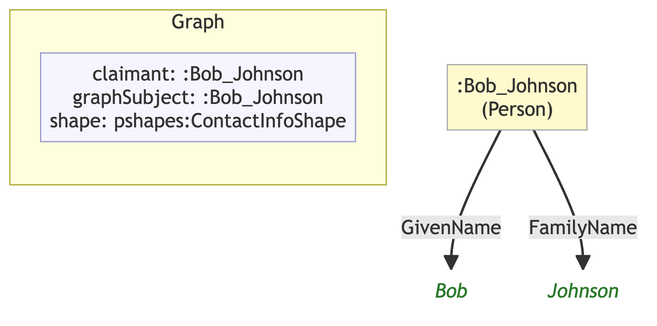
The Mermaid diagram example/graphs/images/graph-03.png in MeeFoundation/mia-ontologies, before a commit. Its source is kept beside it as example/graphs/images/graph-03.mmd.
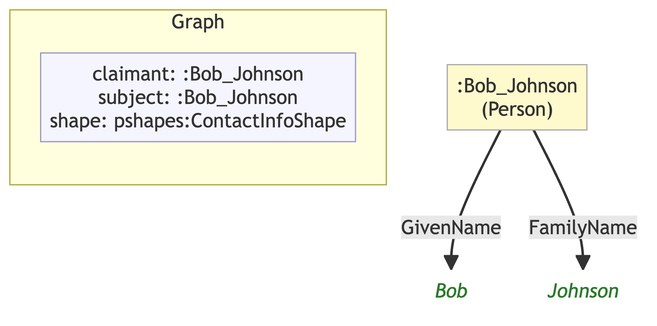
The same file after the commit.

The edit, as a diff of the source:
```diff
@@ -7,12 +7,12 @@
 
     subgraph ctx["Graph"]
         direction LR
-        ctx_meta["claimant: :Bob_Johnson\ngraphSubject: :Bob_Johnson\nshape: pshapes:ContactInfoShape"]:::meta
+        ctx_meta["claimant: :Bob_Johnson\nsubject: :Bob_Johnson\nshape: pshapes:ContactInfoShape"]:::meta
     end
 
     ncec7d6304e56[":Bob_Johnson\n(Person)"]:::person
-    n9c6fbff9037d("Bob"):::lit
-    n0af48963fb90("Johnson"):::lit
+    n1830fcdcbd21("Bob"):::lit
+    n15f83b24f95b("Johnson"):::lit
 
-    ncec7d6304e56 -->|"GivenName"| n9c6fbff9037d
-    ncec7d6304e56 -->|"FamilyName"| n0af48963fb90
+    ncec7d6304e56 -->|"GivenName"| n1830fcdcbd21
+    ncec7d6304e56 -->|"FamilyName"| n15f83b24f95b
```
